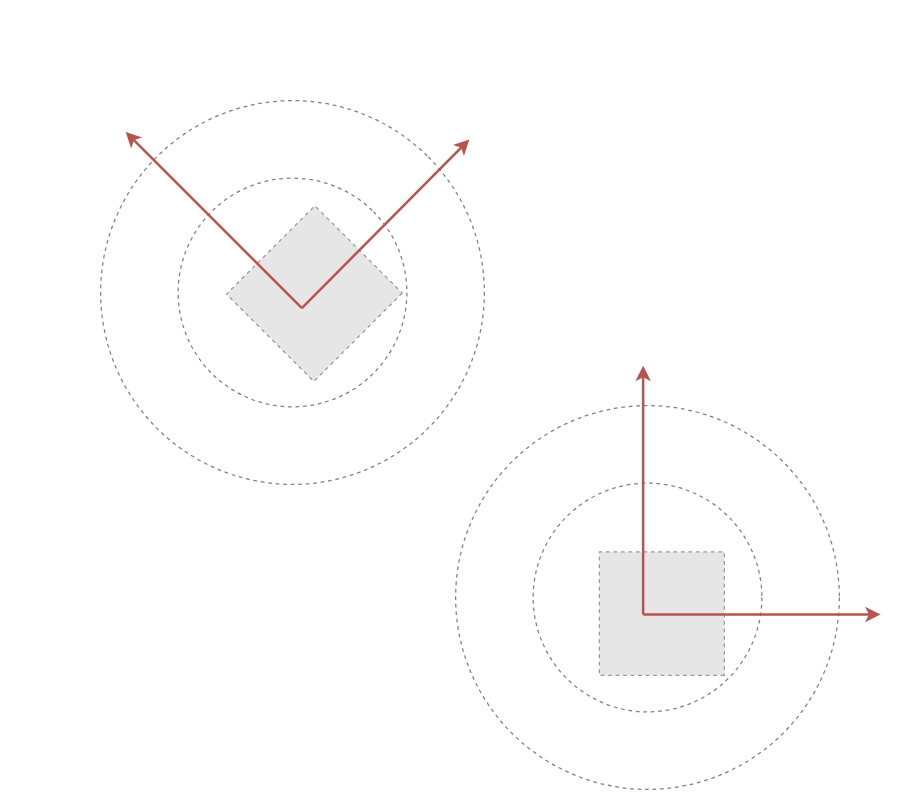
NiloufarRazmi/RL_Olfaction keeps this draw.io diagram as page "ego" (1 of 2) of docs/2023-04-04_NSPG/img/ego-vs-allo.drawio. Above is the earlier version. Source tidied: cells renumbered, new cells numbered last; positions are measured from the earlier drawing's top-left corner, leaving out a move shared by most shapes. Both pictures are drawn from the tidied source at 125%, with x=0, y=0 at pixel (80, 51). Pictures stored in the file or linked from it are replaced by grey dashed boxes.
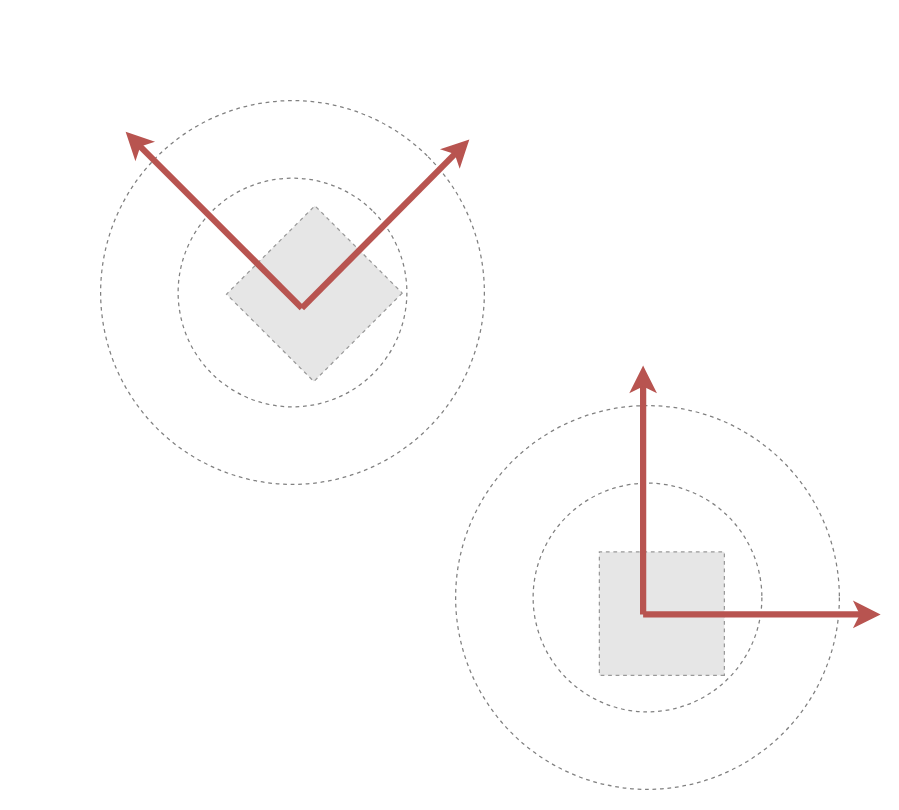
After the change.

The edit, as a diff of the source:
```diff
@@
 <mxGraphModel>
   <root>
     <mxCell id="0" />
     <mxCell id="1" parent="0" />
     <mxCell id="2" style="group;" parent="1" vertex="1">
       <mxGeometry x="300" y="251" width="340" height="339" as="geometry" />
     </mxCell>
     <mxCell id="3" style="ellipse;whiteSpace=wrap;html=1;dashed=1;strokeColor=#808080;" parent="2" vertex="1">
       <mxGeometry y="32" width="307" height="307" as="geometry" />
     </mxCell>
     <mxCell id="4" style="ellipse;whiteSpace=wrap;html=1;dashed=1;strokeColor=#808080;" parent="2" vertex="1">
       <mxGeometry x="62" y="94" width="183" height="183" as="geometry" />
     </mxCell>
     <mxCell id="5" style="fillColor=#E6E6E6;strokeColor=#999999;dashed=1;rotation=-180;" parent="2" vertex="1">
       <mxGeometry x="115" y="149" width="100" height="98.8" as="geometry" />
     </mxCell>
-    <mxCell id="6" style="endArrow=classic;html=1;rounded=0;fillColor=#f8cecc;strokeColor=#b85450;strokeWidth=2;" parent="2" edge="1">
+    <mxCell id="6" style="endArrow=classic;html=1;rounded=0;fillColor=#f8cecc;strokeColor=#b85450;strokeWidth=5;" parent="2" edge="1">
       <mxGeometry relative="1" as="geometry">
         <mxPoint x="150" y="199" as="sourcePoint" />
         <mxPoint x="340" y="199.1" as="targetPoint" />
       </mxGeometry>
     </mxCell>
-    <mxCell id="7" style="endArrow=classic;html=1;rounded=0;fillColor=#f8cecc;strokeColor=#b85450;strokeWidth=2;" parent="2" edge="1">
+    <mxCell id="7" style="endArrow=classic;html=1;rounded=0;fillColor=#f8cecc;strokeColor=#b85450;strokeWidth=5;" parent="2" edge="1">
       <mxGeometry relative="1" as="geometry">
         <mxPoint x="150" y="199" as="sourcePoint" />
         <mxPoint x="150" as="targetPoint" />
       </mxGeometry>
     </mxCell>
     <mxCell id="8" style="group;rotation=-45;" parent="1" vertex="1">
       <mxGeometry width="340" height="339" as="geometry" />
     </mxCell>
     <mxCell id="9" style="ellipse;whiteSpace=wrap;html=1;dashed=1;strokeColor=#808080;rotation=-45;" parent="8" vertex="1">
       <mxGeometry x="16" y="39" width="307" height="307" as="geometry" />
     </mxCell>
     <mxCell id="10" style="ellipse;whiteSpace=wrap;html=1;dashed=1;strokeColor=#808080;rotation=-45;" parent="8" vertex="1">
       <mxGeometry x="78" y="101" width="183" height="183" as="geometry" />
     </mxCell>
     <mxCell id="11" style="fillColor=#E6E6E6;strokeColor=#999999;dashed=1;rotation=-225;" parent="8" vertex="1">
       <mxGeometry x="137" y="144" width="100" height="98.8" as="geometry" />
     </mxCell>
-    <mxCell id="12" style="endArrow=classic;html=1;rounded=0;fillColor=#f8cecc;strokeColor=#b85450;strokeWidth=2;" parent="8" edge="1">
+    <mxCell id="12" style="endArrow=classic;html=1;fillColor=#f8cecc;strokeColor=#b85450;strokeWidth=5;rounded=0;" parent="8" edge="1">
       <mxGeometry relative="1" as="geometry">
         <mxPoint x="177" y="205" as="sourcePoint" />
         <mxPoint x="311" y="70" as="targetPoint" />
       </mxGeometry>
     </mxCell>
-    <mxCell id="13" style="endArrow=classic;html=1;rounded=0;fillColor=#f8cecc;strokeColor=#b85450;strokeWidth=2;" parent="8" edge="1">
+    <mxCell id="13" style="endArrow=classic;html=1;fillColor=#f8cecc;strokeColor=#b85450;strokeWidth=5;targetPerimeterSpacing=0;endSize=6;rounded=0;" parent="8" edge="1">
       <mxGeometry relative="1" as="geometry">
         <mxPoint x="177" y="205" as="sourcePoint" />
         <mxPoint x="36" y="64" as="targetPoint" />
       </mxGeometry>
     </mxCell>
   </root>
 </mxGraphModel>
```
